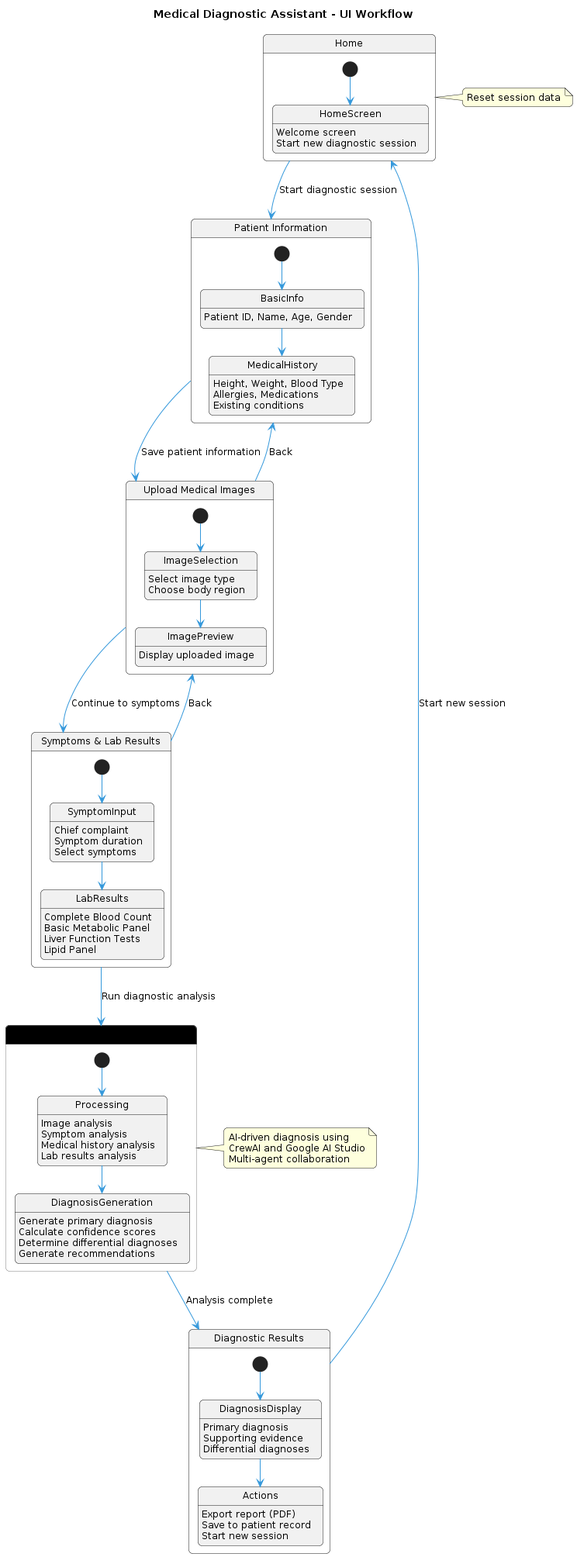
vcnk4v/Google-girl-hackathon2025 keeps this PlantUML diagram as DiagnoCrew/docs/workflow.png. Above is the earlier version.
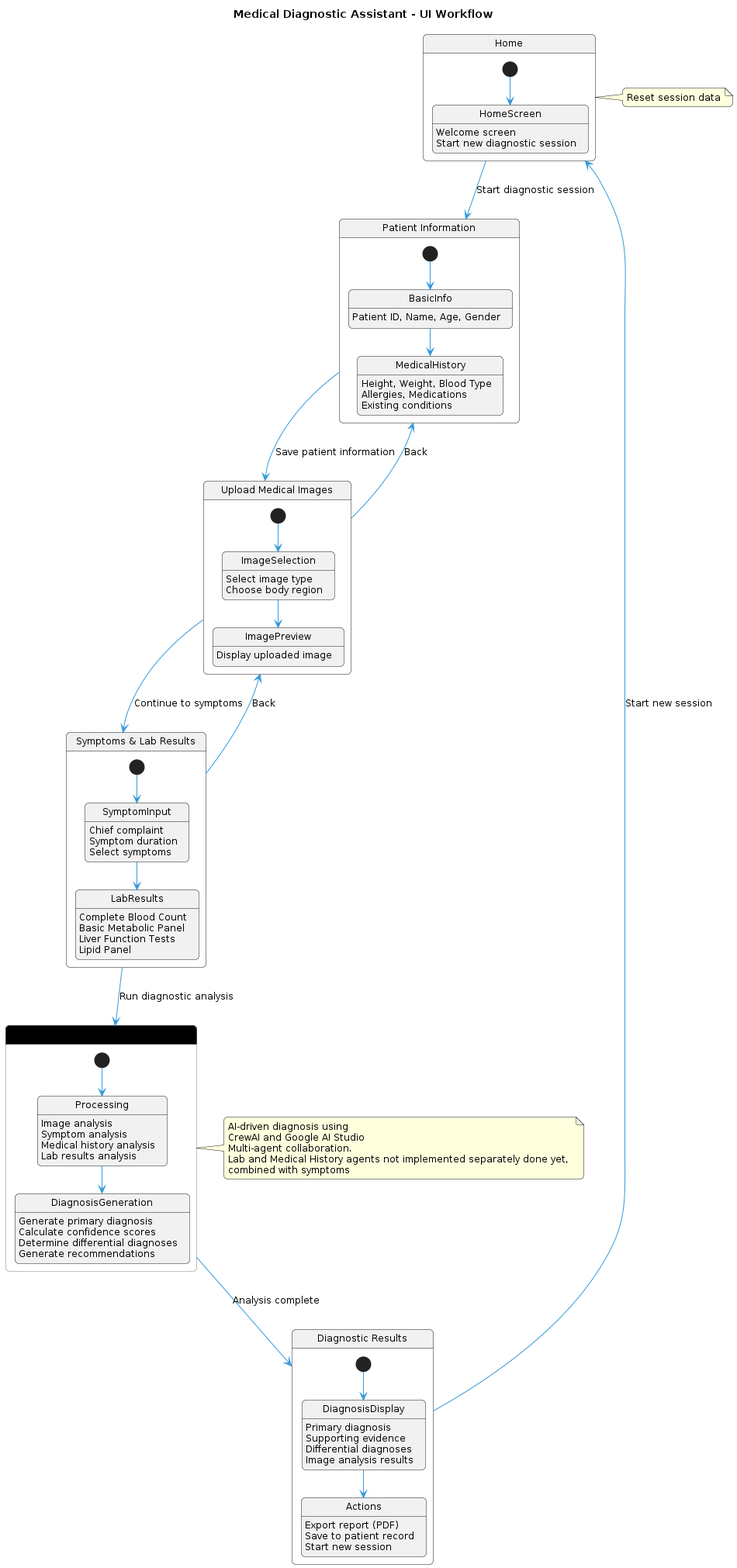
After the commit.

What changed in the source:
```diff
@@ -1,4 +1,4 @@
-@startuml
+@startuml workflow
 skinparam backgroundColor white
 skinparam defaultFontName Arial
 skinparam defaultFontSize 12
@@ -64,6 +64,7 @@
   DiagnosisDisplay : Supporting evidence
   DiagnosisDisplay : Differential diagnoses
   DiagnosisDisplay --> Actions
+  DiagnosisDisplay : Image analysis results
   Actions : Export report (PDF)
   Actions : Save to patient record
   Actions : Start new session
@@ -81,6 +82,6 @@
 
 note right of Home : Reset session data
 
-note right of AICrew : AI-driven diagnosis using\nCrewAI and Google AI Studio\nMulti-agent collaboration
+note right of AICrew : AI-driven diagnosis using\nCrewAI and Google AI Studio\nMulti-agent collaboration. \nLab and Medical History agents not implemented separately done yet, \ncombined with symptoms
 
 @enduml
```
